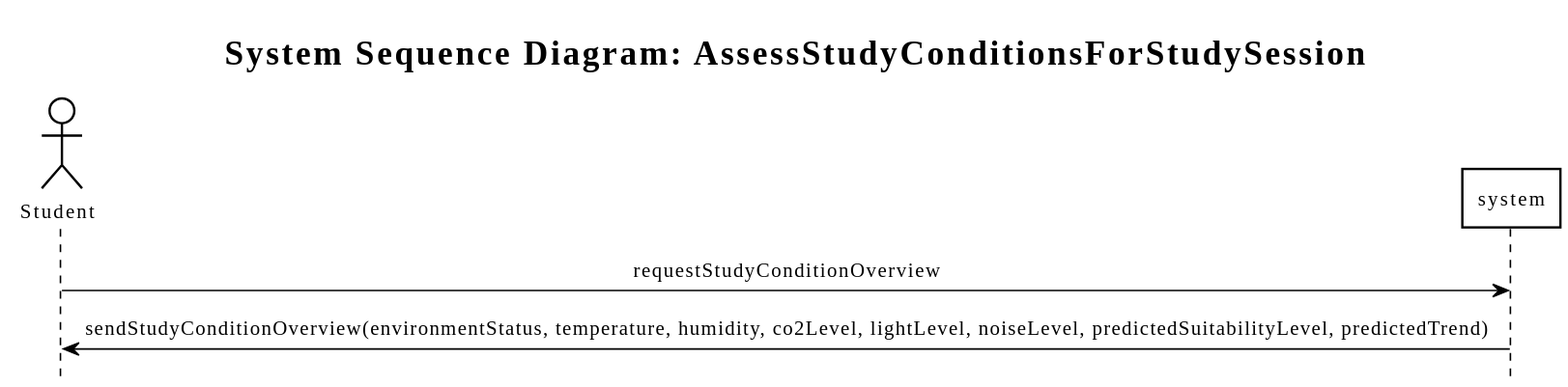
Above: Documentation/Analysis/ssds/StudyHelper_AssessStudyConditionsForStudySession.ssd.svg in SEP4Real/SEP4 (PlantUML), before the change. The source it was exported from:
```plantuml
@startuml
title System Sequence Diagram: AssessStudyConditionsForStudySession
!include https://raw.githubusercontent.com/fredoslav2004/MinimalThemePUML/refs/heads/main/minimal-theme.puml
actor "Student" as Actor
participant "system" as System

Actor -> System : requestStudyConditionOverview
System -> Actor : sendStudyConditionOverview(environmentStatus, temperature, humidity, co2Level, lightLevel, noiseLevel, predictedSuitabilityLevel, predictedTrend)
@enduml
```
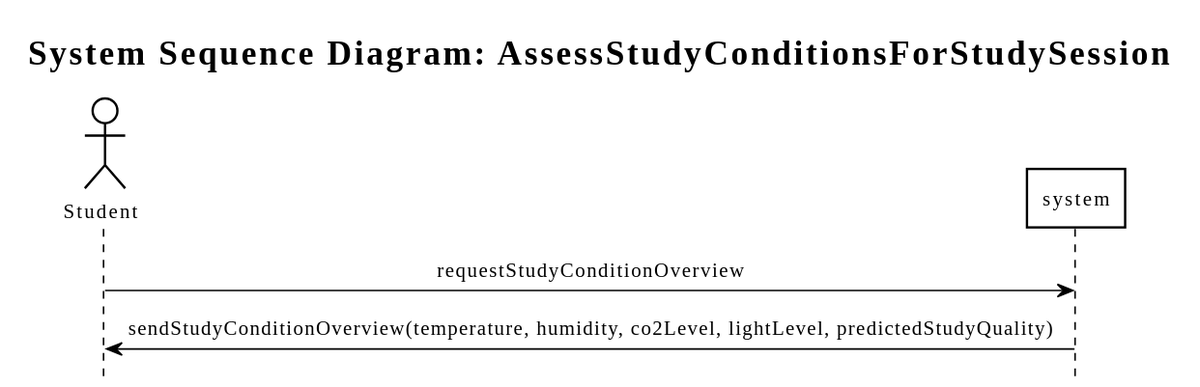
After the commit.

Diff of the diagram source:
```diff
@@ -5,5 +5,5 @@
 participant "system" as System
 
 Actor -> System : requestStudyConditionOverview
-System -> Actor : sendStudyConditionOverview(environmentStatus, temperature, humidity, co2Level, lightLevel, noiseLevel, predictedSuitabilityLevel, predictedTrend)
+System -> Actor : sendStudyConditionOverview(temperature, humidity, co2Level, lightLevel, predictedStudyQuality)
 @enduml
```
